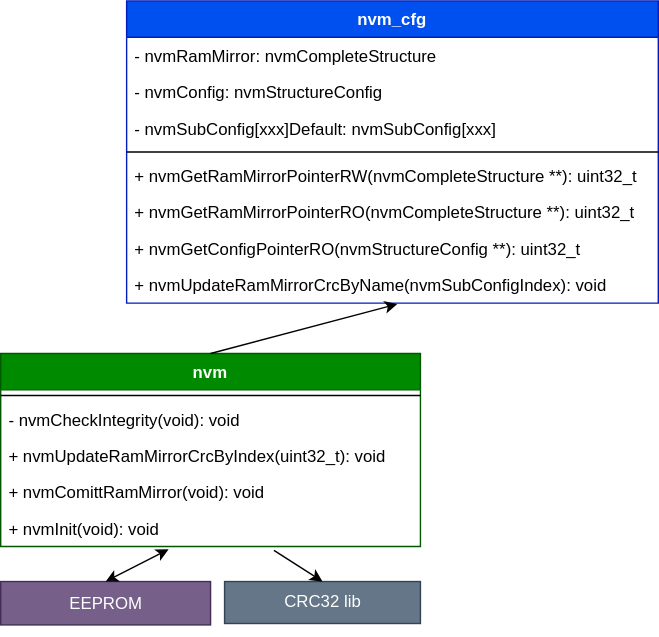
Earlier version of the draw.io export architecture.svg (gregrob/publisher). Source tidied: cells renumbered, new cells last; positions are measured from the earlier drawing's top-left corner, leaving out a move shared by most shapes.
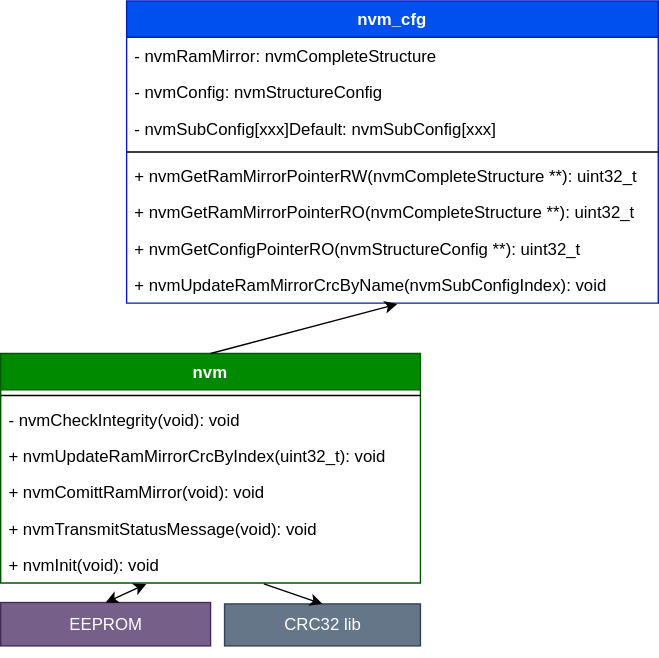
Later version of the same file.

Diff of the diagram source:
```diff
@@ -3,7 +3,7 @@
     <mxCell id="0" />
     <mxCell id="1" parent="0" />
     <mxCell id="2" value="nvm" style="swimlane;fontStyle=1;align=center;verticalAlign=top;horizontal=1;startSize=26;fillColor=#008a00;strokeColor=#005700;fontColor=#ffffff;" parent="1" vertex="1">
-      <mxGeometry y="252" width="300" height="138" as="geometry" />
+      <mxGeometry y="252" width="300" height="164" as="geometry" />
     </mxCell>
     <mxCell id="3" style="line;strokeWidth=1;fillColor=none;align=left;verticalAlign=middle;spacingTop=-1;spacingLeft=3;spacingRight=3;labelPosition=right;" parent="2" vertex="1">
       <mxGeometry y="26" width="300" height="8" as="geometry" />
@@ -17,8 +17,11 @@
     <mxCell id="6" value="+ nvmComittRamMirror(void): void" style="text;strokeColor=none;fillColor=none;align=left;verticalAlign=top;spacingLeft=4;spacingRight=4;overflow=hidden;" parent="2" vertex="1">
       <mxGeometry y="86" width="300" height="26" as="geometry" />
     </mxCell>
+    <mxCell id="23" value="+ nvmTransmitStatusMessage(void): void" style="text;strokeColor=none;fillColor=none;align=left;verticalAlign=top;spacingLeft=4;spacingRight=4;overflow=hidden;" parent="2" vertex="1">
+      <mxGeometry y="112" width="300" height="26" as="geometry" />
+    </mxCell>
     <mxCell id="7" value="+ nvmInit(void): void" style="text;strokeColor=none;fillColor=none;align=left;verticalAlign=top;spacingLeft=4;spacingRight=4;overflow=hidden;points=[[0,0.5],[1,0.5]];portConstraint=eastwest;" parent="2" vertex="1">
-      <mxGeometry y="112" width="300" height="26" as="geometry" />
+      <mxGeometry y="138" width="300" height="26" as="geometry" />
     </mxCell>
     <mxCell id="8" value="nvm_cfg" style="swimlane;fontStyle=1;align=center;verticalAlign=top;horizontal=1;startSize=26;fillColor=#0050ef;strokeColor=#001DBC;fontColor=#ffffff;" parent="1" vertex="1">
       <mxGeometry x="90" width="380" height="216" as="geometry" />
@@ -48,20 +51,18 @@
       <mxGeometry y="190" width="380" height="26" as="geometry" />
     </mxCell>
     <mxCell id="17" value="EEPROM" style="html=1;fillColor=#76608a;strokeColor=#432D57;fontColor=#ffffff;" parent="1" vertex="1">
-      <mxGeometry y="415" width="150" height="31" as="geometry" />
+      <mxGeometry y="430" width="150" height="31" as="geometry" />
     </mxCell>
-    <mxCell id="18" style="endArrow=classic;startArrow=classic;html=1;exitX=0.5;exitY=0;exitDx=0;exitDy=0;" parent="1" edge="1" source="17">
-      <mxGeometry relative="1" as="geometry">
-        <mxPoint x="120" y="392" as="targetPoint" />
-      </mxGeometry>
+    <mxCell id="18" style="endArrow=classic;startArrow=classic;html=1;exitX=0.5;exitY=0;exitDx=0;exitDy=0;entryX=0.347;entryY=1.026;entryDx=0;entryDy=0;entryPerimeter=0;" parent="1" edge="1" source="17" target="7">
+      <mxGeometry relative="1" as="geometry" />
     </mxCell>
     <mxCell id="19" style="endArrow=classic;html=1;exitX=0.5;exitY=0;exitDx=0;exitDy=0;entryX=0.509;entryY=1.026;entryDx=0;entryDy=0;entryPerimeter=0;" parent="1" edge="1" source="2" target="16">
       <mxGeometry relative="1" as="geometry" />
     </mxCell>
     <mxCell id="20" value="CRC32 lib" style="html=1;fillColor=#647687;strokeColor=#314354;fontColor=#ffffff;" parent="1" vertex="1">
-      <mxGeometry x="160" y="415" width="140" height="30" as="geometry" />
+      <mxGeometry x="160" y="431" width="140" height="30" as="geometry" />
     </mxCell>
-    <mxCell id="21" style="endArrow=classic;html=1;exitX=0.651;exitY=1.103;exitDx=0;exitDy=0;exitPerimeter=0;entryX=0.5;entryY=0;entryDx=0;entryDy=0;" parent="1" edge="1" source="7" target="20">
+    <mxCell id="21" style="endArrow=classic;html=1;exitX=0.627;exitY=1.026;exitDx=0;exitDy=0;exitPerimeter=0;entryX=0.5;entryY=0;entryDx=0;entryDy=0;" parent="1" edge="1" source="7" target="20">
       <mxGeometry relative="1" as="geometry" />
     </mxCell>
     <mxCell id="22" style="edgeStyle=orthogonalEdgeStyle;rounded=0;orthogonalLoop=1;jettySize=auto;html=1;exitX=0.5;exitY=1;exitDx=0;exitDy=0;" parent="1" edge="1" source="17" target="17">
```
